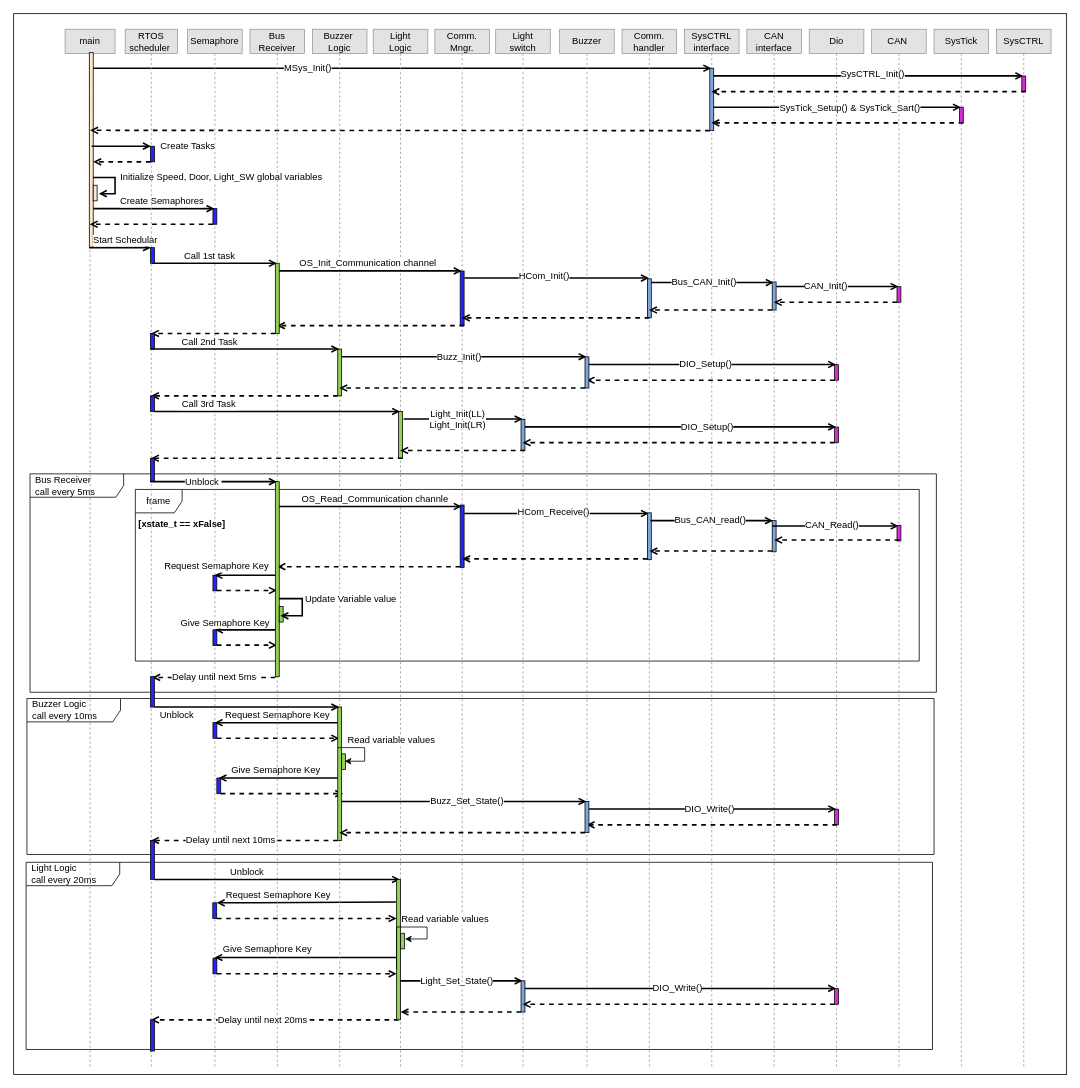
The draw.io diagram page "ECU 2" (7 of 12) of 2-Automotive_Door_Monitor_Dynamic_Deesign-Page.drawio in Mohamed-abdullah-hassan/EG-FWD_Automotive_door_control, before the edit. Source tidied: cells renumbered, new cells numbered last; positions are measured from the earlier drawing's top-left corner, leaving out a move shared by most shapes. Both pictures are drawn from the tidied source at 78%, with x=0, y=0 at pixel (13, 13).
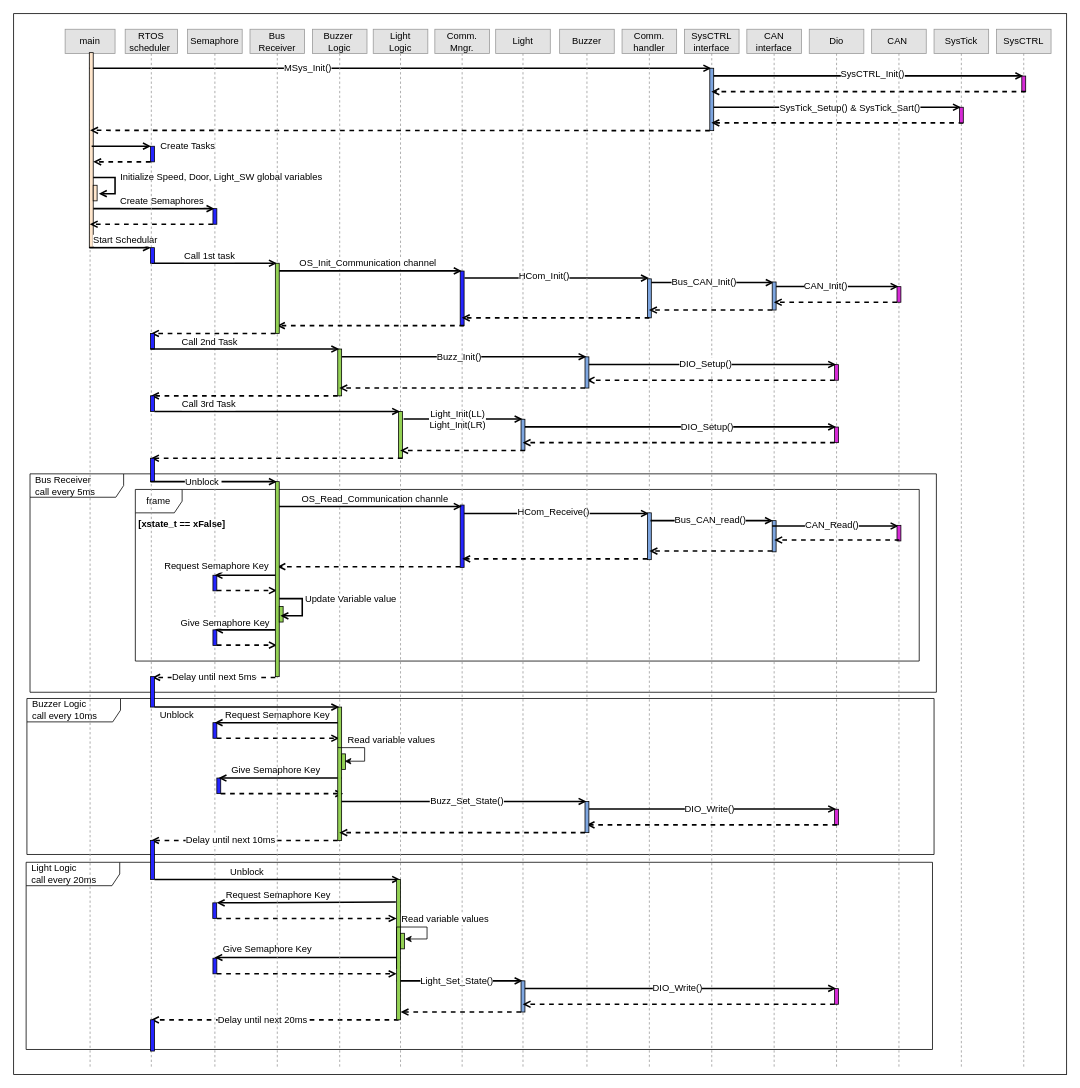
The same diagram, later.

The change refers to these unchanged cells:
```xml
<mxCell id="2" style="rounded=0;whiteSpace=wrap;html=1;" parent="1" vertex="1">
  <mxGeometry width="1350" height="1360" as="geometry" />
</mxCell>
```

Diff of the diagram source:
```diff
@@
-    <mxCell id="71" value="Light &lt;br&gt;switch" style="shape=umlLifeline;perimeter=lifelinePerimeter;whiteSpace=wrap;html=1;outlineConnect=0;size=31;fillColor=#E3E3E3;strokeColor=#999999;" parent="2" vertex="1">
+    <mxCell id="71" value="Light" style="shape=umlLifeline;perimeter=lifelinePerimeter;whiteSpace=wrap;html=1;outlineConnect=0;size=31;fillColor=#E3E3E3;strokeColor=#999999;" parent="2" vertex="1">
       <mxGeometry x="618" y="20" width="70" height="1330" as="geometry" />
     </mxCell>
```
